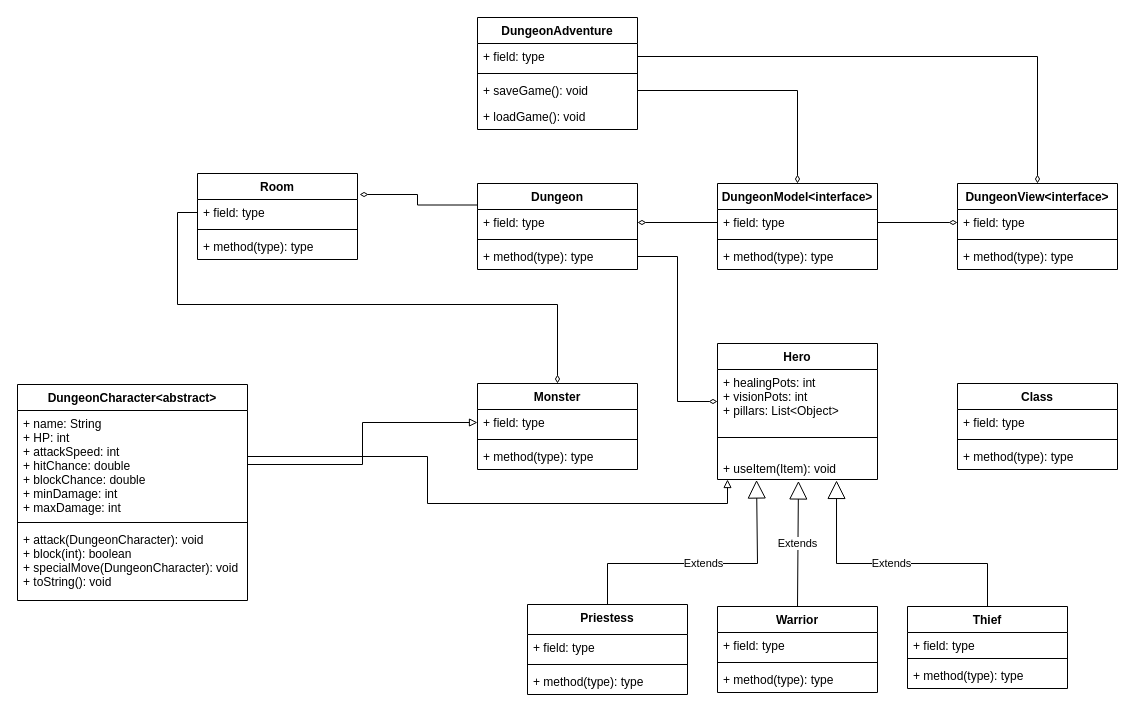
Before: Dungeon.drawio in dapinkone/TCSS360DungeonAdventure, a draw.io diagram. Source tidied: cells renumbered, new cells numbered last; positions are measured from the earlier drawing's top-left corner, leaving out a move shared by most shapes. Both pictures are drawn from the tidied source at 100%, with x=0, y=0 at pixel (17, 17).
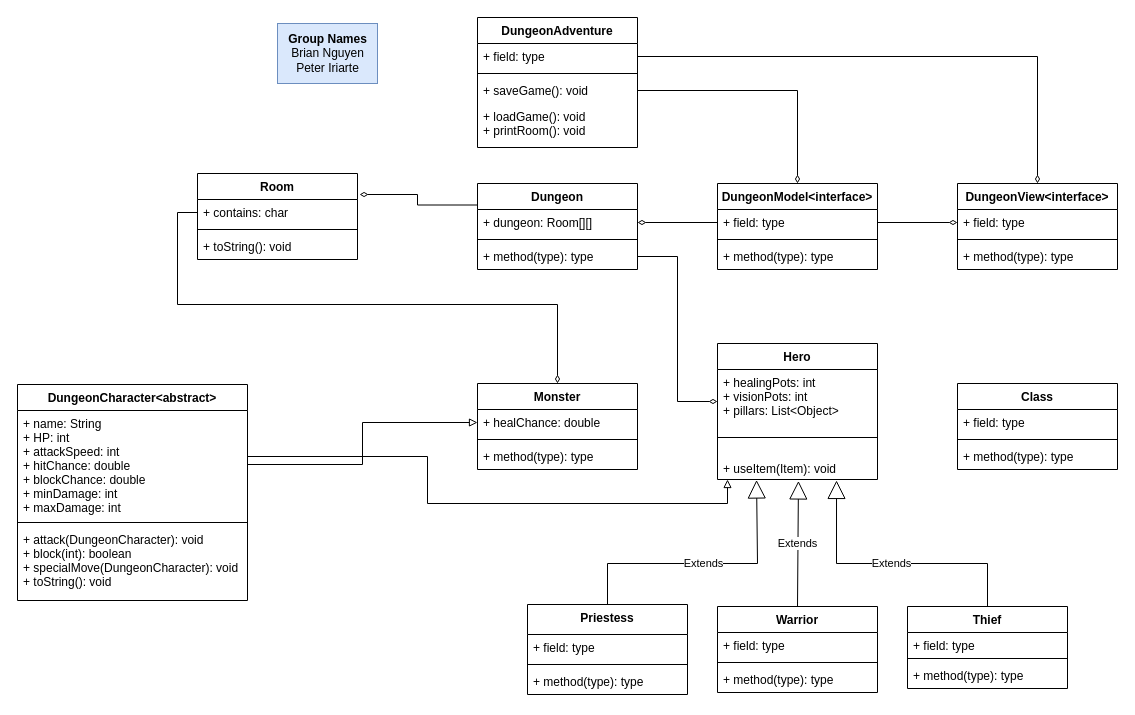
The same page after the edit.

Unchanged cells that the change refers to:
```xml
<mxCell id="2" value="Monster" style="swimlane;fontStyle=1;align=center;verticalAlign=top;horizontal=1;startSize=26;" parent="1" vertex="1">
  <mxGeometry x="460" y="366" width="160" height="86" as="geometry" />
</mxCell>
<mxCell id="27" value="Dungeon&#10;" style="swimlane;fontStyle=1;align=center;verticalAlign=top;horizontal=1;startSize=26;" parent="1" vertex="1">
  <mxGeometry x="460" y="166" width="160" height="86" as="geometry" />
</mxCell>
<mxCell id="31" value="Room" style="swimlane;fontStyle=1;align=center;verticalAlign=top;horizontal=1;startSize=26;" parent="1" vertex="1">
  <mxGeometry x="180" y="156" width="160" height="86" as="geometry" />
</mxCell>
```

Change to the diagram source:
```diff
@@
-    <mxCell id="3" value="+ field: type" style="text;strokeColor=none;fillColor=none;align=left;verticalAlign=top;spacingLeft=4;spacingRight=4;overflow=hidden;points=[[0,0.5],[1,0.5]];portConstraint=eastwest;" parent="2" vertex="1">
+    <mxCell id="3" value="+ healChance: double" style="text;strokeColor=none;fillColor=none;align=left;verticalAlign=top;spacingLeft=4;spacingRight=4;overflow=hidden;points=[[0,0.5],[1,0.5]];portConstraint=eastwest;" parent="2" vertex="1">
       <mxGeometry y="26" width="160" height="26" as="geometry" />
     </mxCell>
@@
-    <mxCell id="28" value="+ field: type" style="text;strokeColor=none;fillColor=none;align=left;verticalAlign=top;spacingLeft=4;spacingRight=4;overflow=hidden;points=[[0,0.5],[1,0.5]];portConstraint=eastwest;" parent="27" vertex="1">
+    <mxCell id="28" value="+ dungeon: Room[][]" style="text;strokeColor=none;fillColor=none;align=left;verticalAlign=top;spacingLeft=4;spacingRight=4;overflow=hidden;points=[[0,0.5],[1,0.5]];portConstraint=eastwest;" parent="27" vertex="1">
       <mxGeometry y="26" width="160" height="26" as="geometry" />
     </mxCell>
@@
-    <mxCell id="32" value="+ field: type" style="text;strokeColor=none;fillColor=none;align=left;verticalAlign=top;spacingLeft=4;spacingRight=4;overflow=hidden;points=[[0,0.5],[1,0.5]];portConstraint=eastwest;" parent="31" vertex="1">
+    <mxCell id="32" value="+ contains: char" style="text;strokeColor=none;fillColor=none;align=left;verticalAlign=top;spacingLeft=4;spacingRight=4;overflow=hidden;points=[[0,0.5],[1,0.5]];portConstraint=eastwest;" parent="31" vertex="1">
       <mxGeometry y="26" width="160" height="26" as="geometry" />
     </mxCell>
@@
-    <mxCell id="34" value="+ method(type): type" style="text;strokeColor=none;fillColor=none;align=left;verticalAlign=top;spacingLeft=4;spacingRight=4;overflow=hidden;" parent="31" vertex="1">
+    <mxCell id="34" value="+ toString(): void" style="text;strokeColor=none;fillColor=none;align=left;verticalAlign=top;spacingLeft=4;spacingRight=4;overflow=hidden;" parent="31" vertex="1">
       <mxGeometry y="60" width="160" height="26" as="geometry" />
     </mxCell>
     <mxCell id="35" value="DungeonAdventure&#10;" style="swimlane;fontStyle=1;align=center;verticalAlign=top;horizontal=1;startSize=26;rounded=0;" parent="1" vertex="1">
-      <mxGeometry x="460" width="160" height="112" as="geometry" />
+      <mxGeometry x="460" width="160" height="130" as="geometry" />
     </mxCell>
@@
-    <mxCell id="39" value="+ loadGame(): void" style="text;strokeColor=none;fillColor=none;align=left;verticalAlign=top;spacingLeft=4;spacingRight=4;overflow=hidden;" parent="35" vertex="1">
-      <mxGeometry y="86" width="160" height="26" as="geometry" />
+    <mxCell id="39" value="+ loadGame(): void&#10;+ printRoom(): void" style="text;strokeColor=none;fillColor=none;align=left;verticalAlign=top;spacingLeft=4;spacingRight=4;overflow=hidden;" parent="35" vertex="1">
+      <mxGeometry y="86" width="160" height="44" as="geometry" />
     </mxCell>
@@
+    <mxCell id="63" value="&lt;b&gt;Group Names&lt;/b&gt;&lt;br&gt;Brian Nguyen&lt;br&gt;Peter Iriarte" style="text;html=1;align=center;verticalAlign=middle;fillColor=#dae8fc;strokeColor=#6c8ebf;" parent="1" vertex="1">
+      <mxGeometry x="260" y="6" width="100" height="60" as="geometry" />
+    </mxCell>
```
